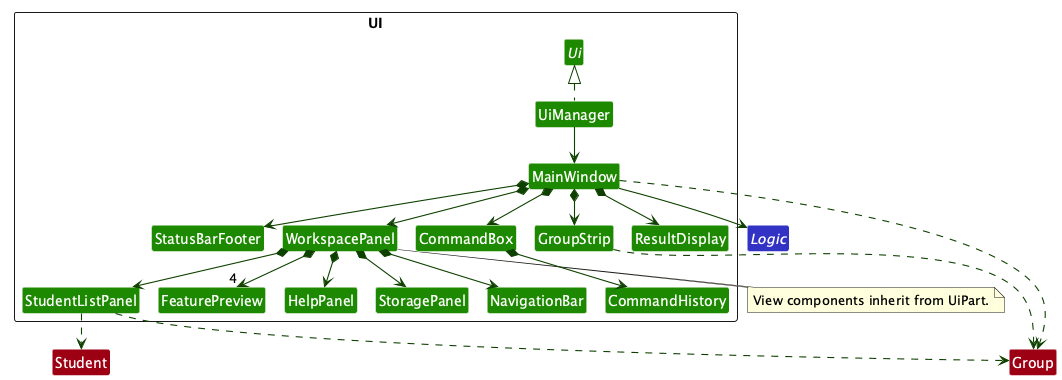
The PlantUML diagram docs/images/UiClassDiagram.png in AY2627S1-CS2103T-T12-4/tp, before a commit. Source of this version:
```plantuml
@startuml
!pragma layout smetana
skinparam shadowing false
skinparam packageStyle rectangle
skinparam classBackgroundColor #1D8900
skinparam classFontColor white
skinparam classBorderColor white
skinparam packageBackgroundColor white
hide members
hide circle
skinparam arrowThickness 1.1
skinparam arrowColor #0E4100

package UI <<Rectangle>> {
interface Ui
class UiManager
class MainWindow
class GroupStrip
class NavigationBar
class WorkspacePanel
class CommandBox
class CommandHistory
class ResultDisplay
class StatusBarFooter
class StudentListPanel
class FeaturePreview
class HelpPanel
class StoragePanel
}

UiManager .up.|> Ui
UiManager --> MainWindow
MainWindow *--> CommandBox
CommandBox *--> CommandHistory
MainWindow *--> ResultDisplay
MainWindow *--> StatusBarFooter
MainWindow *--> GroupStrip
MainWindow *--> WorkspacePanel
WorkspacePanel *--> NavigationBar
WorkspacePanel *--> StudentListPanel
WorkspacePanel *--> "4" FeaturePreview
WorkspacePanel *--> HelpPanel
WorkspacePanel *--> StoragePanel

note bottom of WorkspacePanel
View components inherit from UiPart.
end note

interface Logic #3333C4
class Group #9D0012
class Student #9D0012
MainWindow --> Logic
MainWindow ..> Group
StudentListPanel ..> Group
GroupStrip ..> Group
StudentListPanel ..> Student
@enduml
```
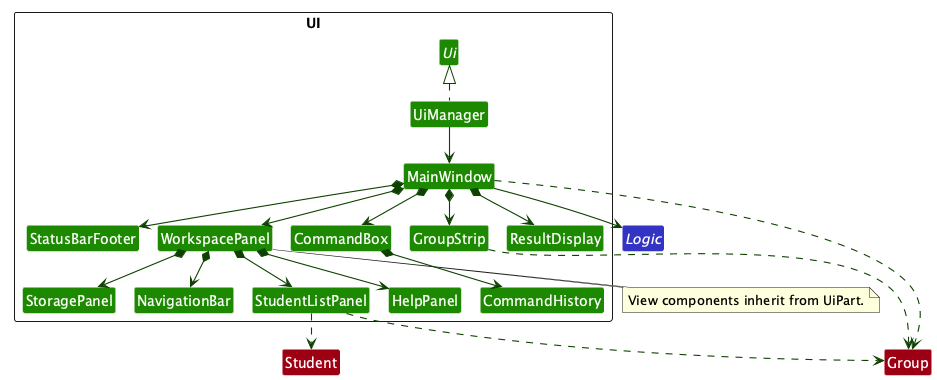
After the commit.

Change to the diagram source:
```diff
@@ -23,7 +23,6 @@
 class ResultDisplay
 class StatusBarFooter
 class StudentListPanel
-class FeaturePreview
 class HelpPanel
 class StoragePanel
 }
@@ -38,7 +37,6 @@
 MainWindow *--> WorkspacePanel
 WorkspacePanel *--> NavigationBar
 WorkspacePanel *--> StudentListPanel
-WorkspacePanel *--> "4" FeaturePreview
 WorkspacePanel *--> HelpPanel
 WorkspacePanel *--> StoragePanel
 
```
